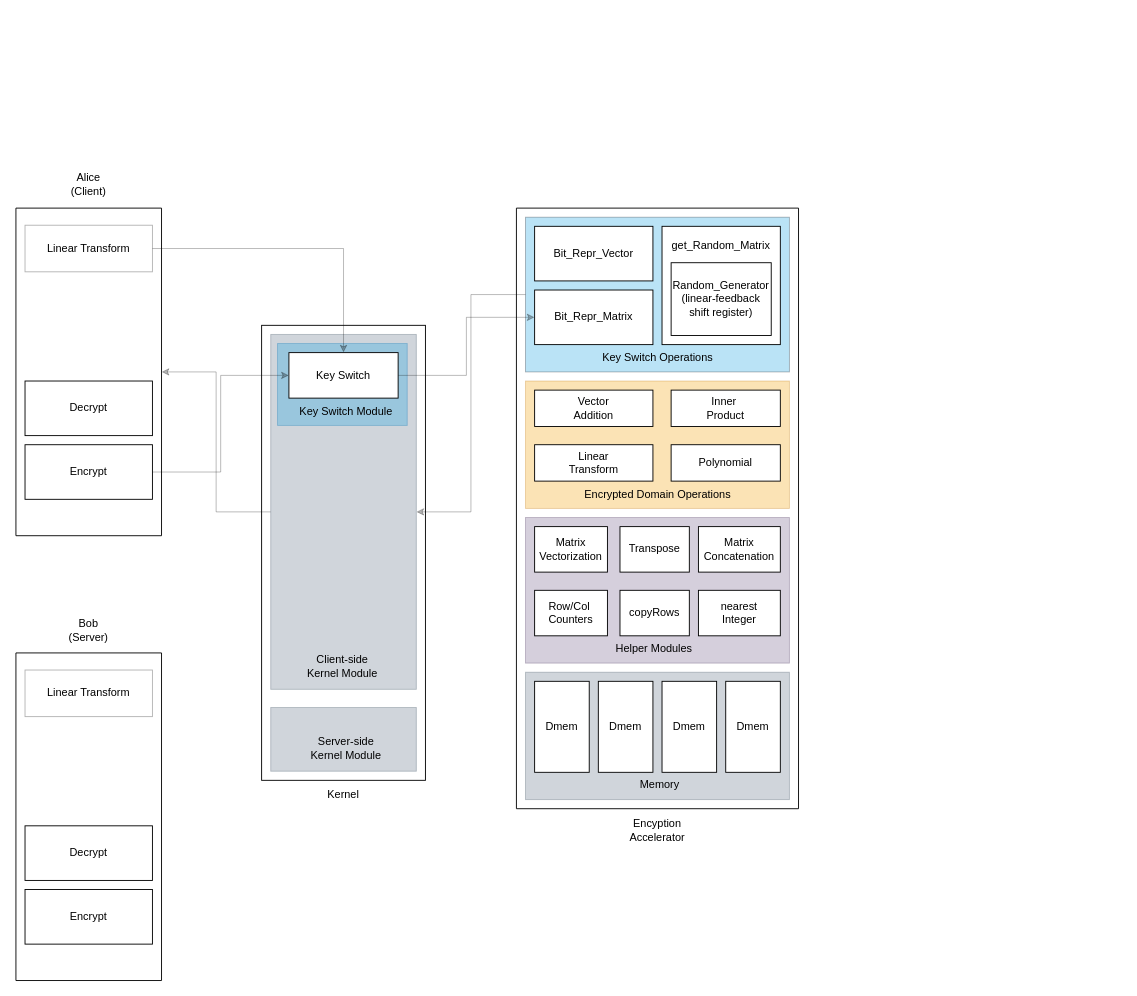
Above: Design_Overview.drawio in helloworld1921/Fully_Homomorphic_Encryption_Accelerator (draw.io), before the change. Source tidied: cells renumbered, new cells numbered last; positions are measured from the earlier drawing's top-left corner, leaving out a move shared by most shapes. Both pictures are drawn from the tidied source at 91%, with x=0, y=0 at pixel (15, 170).
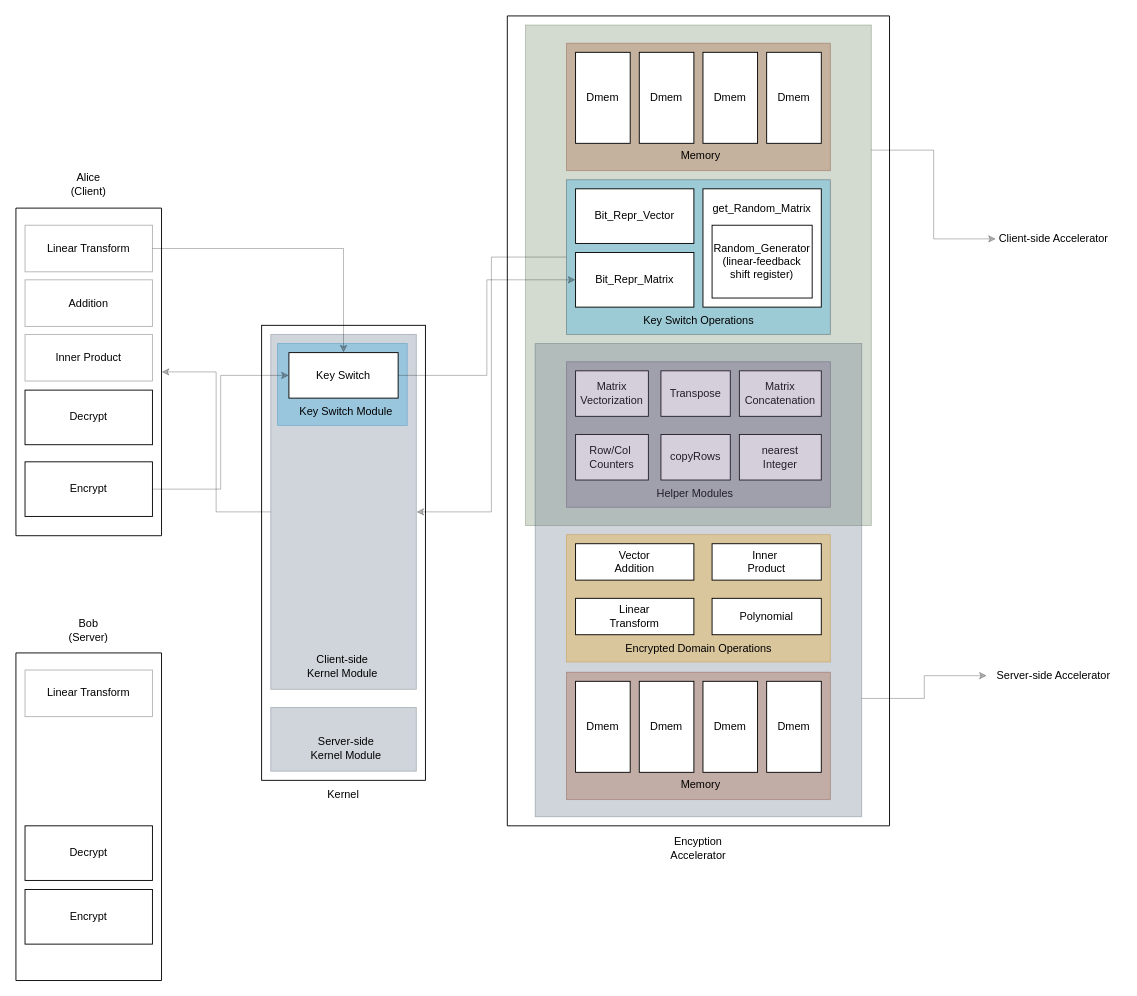
After the change.

The change refers to these unchanged cells:
```xml
<mxCell id="6" style="swimlane;startSize=0;" parent="1" vertex="1">
  <mxGeometry y="41.2" width="160" height="360" as="geometry" />
</mxCell>
```

Diff of the diagram source:
```diff
@@
     <mxCell id="7" value="Decrypt" style="rounded=0;whiteSpace=wrap;html=1;" parent="6" vertex="1">
-      <mxGeometry x="10" y="190" width="140" height="60" as="geometry" />
+      <mxGeometry x="10" y="200" width="140" height="60" as="geometry" />
     </mxCell>
     <mxCell id="8" value="Encrypt" style="rounded=0;whiteSpace=wrap;html=1;" parent="6" vertex="1">
-      <mxGeometry x="10" y="260" width="140" height="60" as="geometry" />
+      <mxGeometry x="10" y="278.8" width="140" height="60" as="geometry" />
     </mxCell>
@@
+    <mxCell id="54" value="Addition" style="rounded=0;whiteSpace=wrap;html=1;strokeWidth=1;opacity=30;" parent="6" vertex="1">
+      <mxGeometry x="10" y="78.8" width="140" height="51.2" as="geometry" />
+    </mxCell>
+    <mxCell id="55" value="Inner Product" style="rounded=0;whiteSpace=wrap;html=1;strokeWidth=1;opacity=30;" parent="6" vertex="1">
+      <mxGeometry x="10" y="138.8" width="140" height="51.2" as="geometry" />
+    </mxCell>
@@
     <mxCell id="11" style="swimlane;startSize=0;" parent="1" vertex="1">
-      <mxGeometry x="550" y="41.2" width="310" height="660" as="geometry" />
+      <mxGeometry x="540" y="-170" width="420" height="890" as="geometry" />
     </mxCell>
+    <mxCell id="56" style="rounded=0;whiteSpace=wrap;html=1;strokeWidth=1;opacity=30;fillColor=#6d8764;fontColor=#ffffff;strokeColor=#3A5431;" parent="11" vertex="1">
+      <mxGeometry x="20" y="10" width="380" height="550" as="geometry" />
+    </mxCell>
+    <mxCell id="57" style="rounded=0;whiteSpace=wrap;html=1;strokeWidth=1;opacity=30;fillColor=#647687;fontColor=#ffffff;strokeColor=#314354;" parent="11" vertex="1">
+      <mxGeometry x="30.6" y="360" width="358.8" height="520" as="geometry" />
+    </mxCell>
-    <mxCell id="12" style="rounded=0;whiteSpace=wrap;html=1;strokeWidth=1;opacity=30;fillColor=#647687;fontColor=#ffffff;strokeColor=#314354;" parent="11" vertex="1">
-      <mxGeometry x="10" y="510" width="290" height="140" as="geometry" />
+    <mxCell id="12" style="rounded=0;whiteSpace=wrap;html=1;strokeWidth=1;opacity=30;fillColor=#a0522d;fontColor=#ffffff;strokeColor=#6D1F00;" parent="11" vertex="1">
+      <mxGeometry x="65" y="721.2" width="290" height="140" as="geometry" />
     </mxCell>
     <mxCell id="13" style="rounded=0;whiteSpace=wrap;html=1;strokeWidth=1;opacity=30;fillColor=#f0a30a;fontColor=#000000;strokeColor=#BD7000;" parent="11" vertex="1">
-      <mxGeometry x="10" y="190" width="290" height="140" as="geometry" />
+      <mxGeometry x="65" y="570" width="290" height="140" as="geometry" />
     </mxCell>
     <mxCell id="14" style="rounded=0;whiteSpace=wrap;html=1;opacity=30;fillColor=#1ba1e2;fontColor=#ffffff;strokeColor=#000D14;strokeWidth=1;" parent="11" vertex="1">
-      <mxGeometry x="10" y="10" width="290" height="170" as="geometry" />
+      <mxGeometry x="65" y="180" width="290" height="170" as="geometry" />
     </mxCell>
     <mxCell id="15" value="Bit_Repr_Vector" style="rounded=0;whiteSpace=wrap;html=1;" parent="11" vertex="1">
-      <mxGeometry x="20" y="20" width="130" height="60" as="geometry" />
+      <mxGeometry x="75" y="190" width="130" height="60" as="geometry" />
     </mxCell>
     <mxCell id="16" value="Bit_Repr_Matrix" style="rounded=0;whiteSpace=wrap;html=1;" parent="11" vertex="1">
-      <mxGeometry x="20" y="90" width="130" height="60" as="geometry" />
+      <mxGeometry x="75" y="260" width="130" height="60" as="geometry" />
     </mxCell>
     <mxCell id="17" value="Vector&lt;br&gt;Addition" style="rounded=0;whiteSpace=wrap;html=1;" parent="11" vertex="1">
-      <mxGeometry x="20" y="200" width="130" height="40" as="geometry" />
+      <mxGeometry x="75" y="580" width="130" height="40" as="geometry" />
     </mxCell>
     <mxCell id="18" value="Linear&lt;br&gt;Transform" style="rounded=0;whiteSpace=wrap;html=1;" parent="11" vertex="1">
-      <mxGeometry x="20" y="260" width="130" height="40" as="geometry" />
+      <mxGeometry x="75" y="640" width="130" height="40" as="geometry" />
     </mxCell>
     <mxCell id="19" value="Key Switch Operations" style="text;html=1;strokeColor=none;fillColor=none;align=center;verticalAlign=middle;whiteSpace=wrap;rounded=0;opacity=30;" parent="11" vertex="1">
-      <mxGeometry x="62.5" y="150" width="185" height="30" as="geometry" />
+      <mxGeometry x="117.5" y="320" width="185" height="30" as="geometry" />
     </mxCell>
     <mxCell id="20" value="get_Random_Matrix&lt;br&gt;&lt;br&gt;&lt;br&gt;&lt;br&gt;&lt;br&gt;&lt;br&gt;&lt;br&gt;" style="rounded=0;whiteSpace=wrap;html=1;strokeWidth=1;" parent="11" vertex="1">
-      <mxGeometry x="160" y="20" width="130" height="130" as="geometry" />
+      <mxGeometry x="215" y="190" width="130" height="130" as="geometry" />
     </mxCell>
     <mxCell id="21" value="Random_Generator &lt;br&gt;(linear-feedback shift register)" style="rounded=0;whiteSpace=wrap;html=1;strokeWidth=1;" parent="11" vertex="1">
-      <mxGeometry x="170" y="60" width="110" height="80" as="geometry" />
+      <mxGeometry x="225" y="230" width="110" height="80" as="geometry" />
     </mxCell>
     <mxCell id="22" value="Inner&amp;nbsp;&lt;br&gt;Product" style="rounded=0;whiteSpace=wrap;html=1;" parent="11" vertex="1">
-      <mxGeometry x="170" y="200" width="120" height="40" as="geometry" />
+      <mxGeometry x="225" y="580" width="120" height="40" as="geometry" />
     </mxCell>
-    <mxCell id="23" style="rounded=0;whiteSpace=wrap;html=1;strokeWidth=1;opacity=30;fillColor=#76608a;fontColor=#ffffff;strokeColor=#432D57;" parent="11" vertex="1">
-      <mxGeometry x="10" y="340" width="290" height="160" as="geometry" />
-    </mxCell>
     <mxCell id="24" value="Encrypted Domain Operations" style="text;html=1;strokeColor=none;fillColor=none;align=center;verticalAlign=middle;whiteSpace=wrap;rounded=0;opacity=30;" parent="11" vertex="1">
-      <mxGeometry x="62.5" y="300" width="185" height="30" as="geometry" />
+      <mxGeometry x="117.5" y="680" width="185" height="30" as="geometry" />
     </mxCell>
+    <mxCell id="31" value="Polynomial" style="rounded=0;whiteSpace=wrap;html=1;" parent="11" vertex="1">
+      <mxGeometry x="225" y="640" width="120" height="40" as="geometry" />
+    </mxCell>
+    <mxCell id="32" value="Dmem" style="rounded=0;whiteSpace=wrap;html=1;" parent="11" vertex="1">
+      <mxGeometry x="285" y="731.2" width="60" height="100" as="geometry" />
+    </mxCell>
+    <mxCell id="33" value="Dmem" style="rounded=0;whiteSpace=wrap;html=1;" parent="11" vertex="1">
+      <mxGeometry x="215" y="731.2" width="60" height="100" as="geometry" />
+    </mxCell>
+    <mxCell id="34" value="Dmem" style="rounded=0;whiteSpace=wrap;html=1;" parent="11" vertex="1">
+      <mxGeometry x="145" y="731.2" width="60" height="100" as="geometry" />
+    </mxCell>
+    <mxCell id="35" value="Dmem" style="rounded=0;whiteSpace=wrap;html=1;" parent="11" vertex="1">
+      <mxGeometry x="75" y="731.2" width="60" height="100" as="geometry" />
+    </mxCell>
+    <mxCell id="37" value="&lt;div style=&quot;text-align: justify&quot;&gt;&lt;span style=&quot;font-family: &amp;#34;helvetica&amp;#34; ; text-align: center&quot;&gt;Memory&lt;/span&gt;&lt;/div&gt;" style="text;whiteSpace=wrap;html=1;" parent="11" vertex="1">
+      <mxGeometry x="189.4" y="831.2" width="110" height="30" as="geometry" />
+    </mxCell>
     <mxCell id="25" value="Helper Modules" style="text;html=1;strokeColor=none;fillColor=none;align=center;verticalAlign=middle;whiteSpace=wrap;rounded=0;opacity=30;" parent="11" vertex="1">
-      <mxGeometry x="59.4" y="470" width="185" height="30" as="geometry" />
+      <mxGeometry x="114.4" y="510" width="185" height="30" as="geometry" />
     </mxCell>
     <mxCell id="26" value="Matrix&lt;br&gt;Vectorization" style="rounded=0;whiteSpace=wrap;html=1;" parent="11" vertex="1">
-      <mxGeometry x="20" y="350" width="80" height="50" as="geometry" />
+      <mxGeometry x="75" y="390" width="80" height="50" as="geometry" />
     </mxCell>
     <mxCell id="27" value="Transpose" style="rounded=0;whiteSpace=wrap;html=1;" parent="11" vertex="1">
-      <mxGeometry x="113.8" y="350" width="76.2" height="50" as="geometry" />
+      <mxGeometry x="168.8" y="390" width="76.2" height="50" as="geometry" />
     </mxCell>
     <mxCell id="28" value="Row/Col&amp;nbsp;&lt;br&gt;Counters" style="rounded=0;whiteSpace=wrap;html=1;" parent="11" vertex="1">
-      <mxGeometry x="20" y="420" width="80" height="50" as="geometry" />
+      <mxGeometry x="75" y="460" width="80" height="50" as="geometry" />
     </mxCell>
     <mxCell id="29" value="nearest&lt;br&gt;Integer" style="rounded=0;whiteSpace=wrap;html=1;" parent="11" vertex="1">
-      <mxGeometry x="200" y="420" width="90" height="50" as="geometry" />
+      <mxGeometry x="255" y="460" width="90" height="50" as="geometry" />
     </mxCell>
     <mxCell id="30" value="Matrix&lt;br&gt;Concatenation" style="rounded=0;whiteSpace=wrap;html=1;" parent="11" vertex="1">
-      <mxGeometry x="200" y="350" width="90" height="50" as="geometry" />
+      <mxGeometry x="255" y="390" width="90" height="50" as="geometry" />
     </mxCell>
-    <mxCell id="31" value="Polynomial" style="rounded=0;whiteSpace=wrap;html=1;" parent="11" vertex="1">
-      <mxGeometry x="170" y="260" width="120" height="40" as="geometry" />
-    </mxCell>
-    <mxCell id="32" value="Dmem" style="rounded=0;whiteSpace=wrap;html=1;" parent="11" vertex="1">
-      <mxGeometry x="230" y="520" width="60" height="100" as="geometry" />
-    </mxCell>
-    <mxCell id="33" value="Dmem" style="rounded=0;whiteSpace=wrap;html=1;" parent="11" vertex="1">
-      <mxGeometry x="160" y="520" width="60" height="100" as="geometry" />
-    </mxCell>
-    <mxCell id="34" value="Dmem" style="rounded=0;whiteSpace=wrap;html=1;" parent="11" vertex="1">
-      <mxGeometry x="90" y="520" width="60" height="100" as="geometry" />
-    </mxCell>
-    <mxCell id="35" value="Dmem" style="rounded=0;whiteSpace=wrap;html=1;" parent="11" vertex="1">
-      <mxGeometry x="20" y="520" width="60" height="100" as="geometry" />
-    </mxCell>
     <mxCell id="36" value="copyRows" style="rounded=0;whiteSpace=wrap;html=1;" parent="11" vertex="1">
-      <mxGeometry x="113.8" y="420" width="76.2" height="50" as="geometry" />
+      <mxGeometry x="168.8" y="460" width="76.2" height="50" as="geometry" />
     </mxCell>
-    <mxCell id="37" value="&lt;div style=&quot;text-align: justify&quot;&gt;&lt;span style=&quot;font-family: &amp;#34;helvetica&amp;#34; ; text-align: center&quot;&gt;Memory&lt;/span&gt;&lt;/div&gt;" style="text;whiteSpace=wrap;html=1;" parent="11" vertex="1">
-      <mxGeometry x="134.4" y="620" width="110" height="30" as="geometry" />
-    </mxCell>
+    <mxCell id="23" style="rounded=0;whiteSpace=wrap;html=1;strokeWidth=1;opacity=30;fillColor=#76608a;fontColor=#ffffff;strokeColor=#432D57;" parent="11" vertex="1">
+      <mxGeometry x="65" y="380" width="290" height="160" as="geometry" />
+    </mxCell>
+    <mxCell id="58" style="rounded=0;whiteSpace=wrap;html=1;strokeWidth=1;opacity=30;fillColor=#a0522d;fontColor=#ffffff;strokeColor=#6D1F00;" parent="11" vertex="1">
+      <mxGeometry x="65" y="30" width="290" height="140" as="geometry" />
+    </mxCell>
+    <mxCell id="59" value="Dmem" style="rounded=0;whiteSpace=wrap;html=1;" parent="11" vertex="1">
+      <mxGeometry x="285" y="40" width="60" height="100" as="geometry" />
+    </mxCell>
+    <mxCell id="60" value="Dmem" style="rounded=0;whiteSpace=wrap;html=1;" parent="11" vertex="1">
+      <mxGeometry x="215" y="40" width="60" height="100" as="geometry" />
+    </mxCell>
+    <mxCell id="61" value="Dmem" style="rounded=0;whiteSpace=wrap;html=1;" parent="11" vertex="1">
+      <mxGeometry x="145" y="40" width="60" height="100" as="geometry" />
+    </mxCell>
+    <mxCell id="62" value="Dmem" style="rounded=0;whiteSpace=wrap;html=1;" parent="11" vertex="1">
+      <mxGeometry x="75" y="40" width="60" height="100" as="geometry" />
+    </mxCell>
+    <mxCell id="63" value="&lt;div style=&quot;text-align: justify&quot;&gt;&lt;span style=&quot;font-family: &amp;#34;helvetica&amp;#34; ; text-align: center&quot;&gt;Memory&lt;/span&gt;&lt;/div&gt;" style="text;whiteSpace=wrap;html=1;" parent="11" vertex="1">
+      <mxGeometry x="189.4" y="140" width="110" height="30" as="geometry" />
+    </mxCell>
     <mxCell id="38" value="Encyption Accelerator" style="text;html=1;strokeColor=none;fillColor=none;align=center;verticalAlign=middle;whiteSpace=wrap;rounded=0;" parent="1" vertex="1">
-      <mxGeometry x="675" y="710" width="60" height="30" as="geometry" />
+      <mxGeometry x="720" y="730" width="60" height="30" as="geometry" />
     </mxCell>
@@
+    <mxCell id="64" value="Client-side Accelerator" style="text;html=1;strokeColor=none;fillColor=none;align=center;verticalAlign=middle;whiteSpace=wrap;rounded=0;opacity=30;" parent="1" vertex="1">
+      <mxGeometry x="1077" y="60" width="127" height="30" as="geometry" />
+    </mxCell>
+    <mxCell id="65" style="edgeStyle=orthogonalEdgeStyle;rounded=0;jettySize=auto;html=1;exitX=1;exitY=0.25;exitDx=0;exitDy=0;opacity=30;" parent="1" edge="1" source="56" target="64">
+      <mxGeometry relative="1" as="geometry" />
+    </mxCell>
+    <mxCell id="66" value="Server-side Accelerator" style="text;html=1;strokeColor=none;fillColor=none;align=center;verticalAlign=middle;whiteSpace=wrap;rounded=0;opacity=30;" parent="1" vertex="1">
+      <mxGeometry x="1067" y="540" width="146.6" height="30" as="geometry" />
+    </mxCell>
+    <mxCell id="67" style="edgeStyle=orthogonalEdgeStyle;rounded=0;jettySize=auto;html=1;exitX=1;exitY=0.75;exitDx=0;exitDy=0;opacity=30;" parent="1" edge="1" source="57" target="66">
+      <mxGeometry relative="1" as="geometry" />
+    </mxCell>
```
